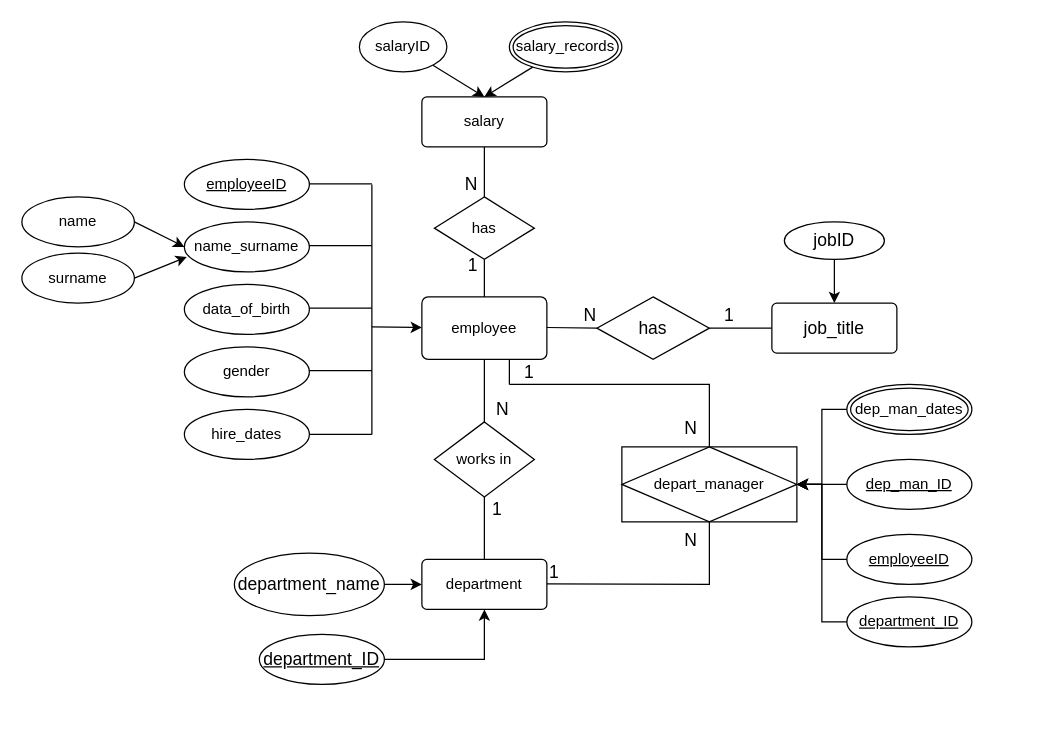
Earlier version of the draw.io diagram Untitled Diagram.drawio (ece98m/webdev_ca1). Source tidied: cells renumbered, new cells numbered last; positions are measured from the earlier drawing's top-left corner, leaving out a move shared by most shapes. Both pictures are drawn from the tidied source at 125%, with x=0, y=0 at pixel (21, 21).
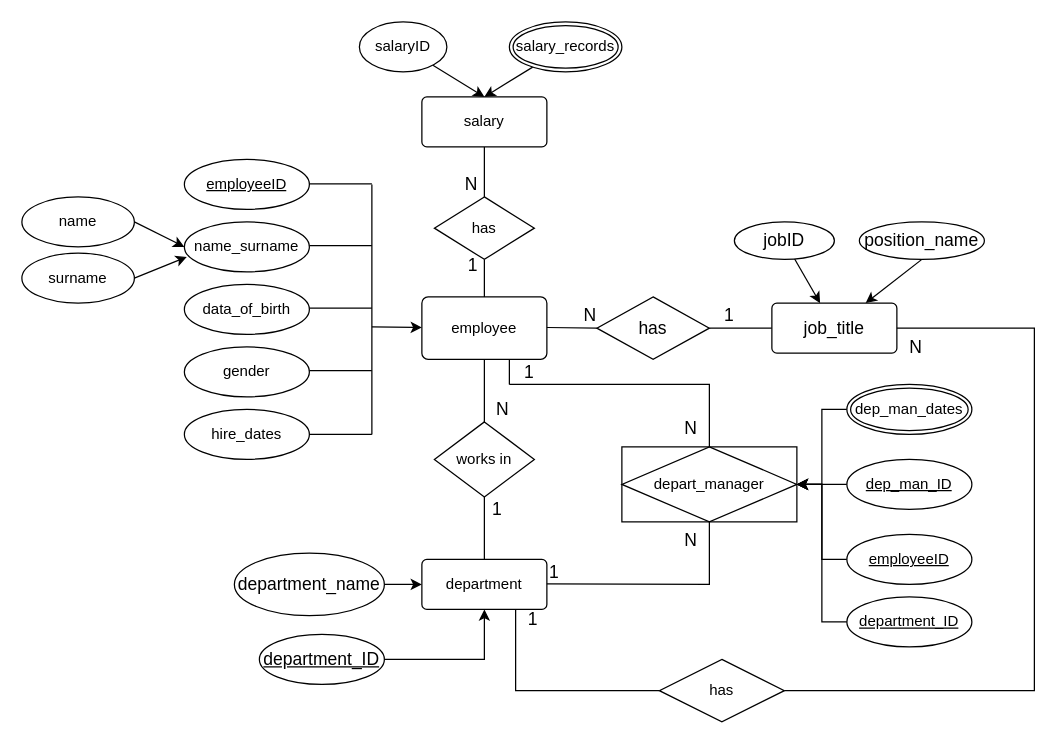
After the change.

Unchanged cells that the change refers to:
```xml
<mxCell id="7" value="department" style="rounded=1;arcSize=10;whiteSpace=wrap;html=1;align=center;" parent="1" vertex="1">
  <mxGeometry x="320" y="430" width="100" height="40" as="geometry" />
</mxCell>
<mxCell id="18" value="job_title" style="rounded=1;arcSize=10;whiteSpace=wrap;html=1;align=center;fontSize=14;" parent="1" vertex="1">
  <mxGeometry x="600" y="225" width="100" height="40" as="geometry" />
</mxCell>
```

The edit, as a diff of the source:
```diff
@@
     <mxCell id="20" value="jobID" style="ellipse;whiteSpace=wrap;html=1;align=center;fontSize=14;" parent="1" vertex="1">
-      <mxGeometry x="610" y="160" width="80" height="30" as="geometry" />
+      <mxGeometry x="570" y="160" width="80" height="30" as="geometry" />
     </mxCell>
@@
+    <mxCell id="65" style="edgeStyle=none;rounded=0;jettySize=auto;html=1;exitX=0.5;exitY=1;exitDx=0;exitDy=0;entryX=0.75;entryY=0;entryDx=0;entryDy=0;fontSize=12;" parent="1" edge="1" source="66" target="18">
+      <mxGeometry relative="1" as="geometry" />
+    </mxCell>
+    <mxCell id="66" value="position_name" style="ellipse;whiteSpace=wrap;html=1;align=center;fontSize=14;" parent="1" vertex="1">
+      <mxGeometry x="670" y="160" width="100" height="30" as="geometry" />
+    </mxCell>
+    <mxCell id="67" style="edgeStyle=none;jettySize=auto;html=1;fontSize=12;startArrow=none;startFill=0;endArrow=none;endFill=0;rounded=0;entryX=0.75;entryY=1;entryDx=0;entryDy=0;strokeWidth=1;" parent="1" edge="1" source="69" target="7">
+      <mxGeometry relative="1" as="geometry">
+        <Array as="points">
+          <mxPoint x="395" y="535" />
+        </Array>
+      </mxGeometry>
+    </mxCell>
+    <mxCell id="68" style="edgeStyle=none;rounded=0;jettySize=auto;html=1;exitX=1;exitY=0.5;exitDx=0;exitDy=0;entryX=1;entryY=0.5;entryDx=0;entryDy=0;strokeWidth=1;fontSize=12;startArrow=none;startFill=0;endArrow=none;endFill=0;" parent="1" edge="1" source="69" target="18">
+      <mxGeometry relative="1" as="geometry">
+        <Array as="points">
+          <mxPoint x="810" y="535" />
+          <mxPoint x="810" y="245" />
+        </Array>
+      </mxGeometry>
+    </mxCell>
+    <mxCell id="69" value="has" style="shape=rhombus;perimeter=rhombusPerimeter;whiteSpace=wrap;html=1;align=center;fontSize=12;" parent="1" vertex="1">
+      <mxGeometry x="510" y="510" width="100" height="50" as="geometry" />
+    </mxCell>
+    <mxCell id="70" value="&lt;span style=&quot;font-size: 14px;&quot;&gt;1&lt;/span&gt;" style="html=1;align=right;verticalAlign=bottom;" parent="1" vertex="1">
+      <mxGeometry x="440" y="460" as="geometry">
+        <mxPoint x="-27" y="28" as="offset" />
+      </mxGeometry>
+    </mxCell>
+    <mxCell id="71" value="N" style="text;html=1;align=center;verticalAlign=middle;strokeColor=none;fillColor=none;fontSize=14;" parent="1" vertex="1">
+      <mxGeometry x="700" y="245" width="30" height="30" as="geometry" />
+    </mxCell>
```
